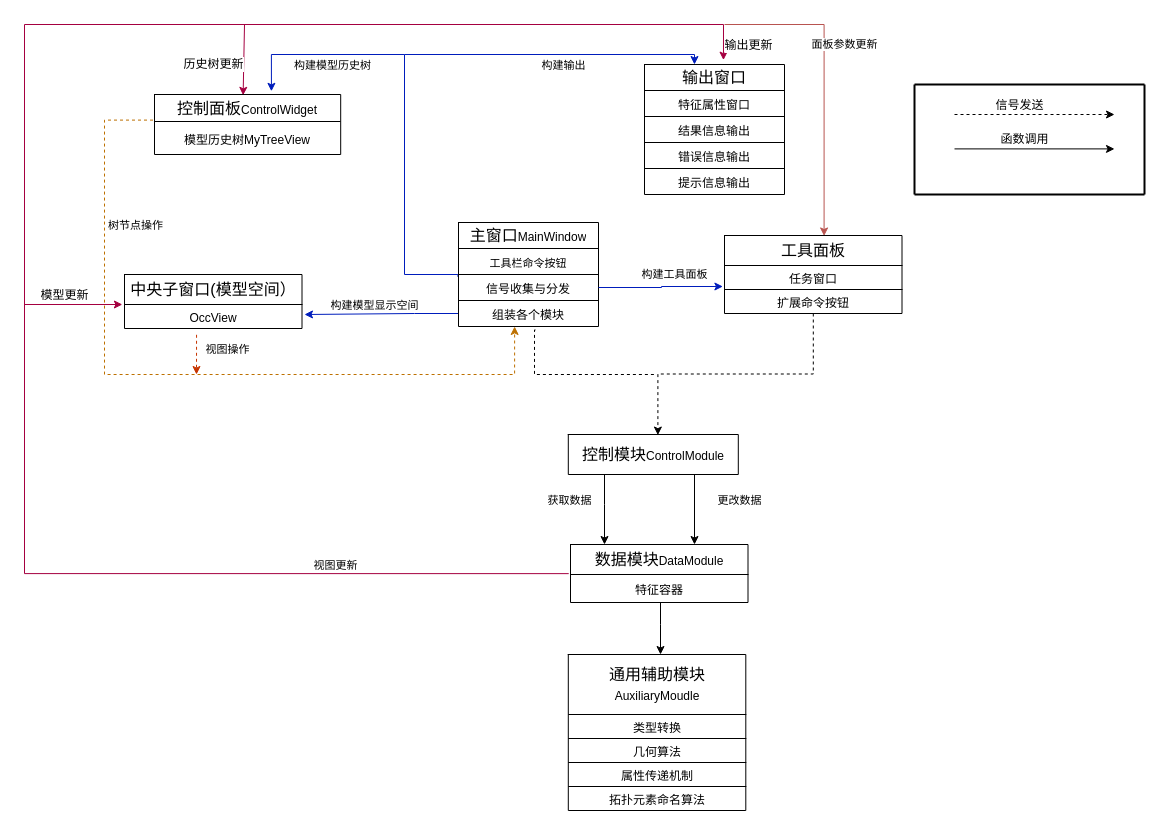
Above: 架构最新.drawio in liuhuliuhu123/First-test (draw.io), before the change. Source tidied: cells renumbered, new cells numbered last; positions are measured from the earlier drawing's top-left corner, leaving out a move shared by most shapes. Both pictures are drawn from the tidied source at 100%, with x=0, y=0 at pixel (24, 24).
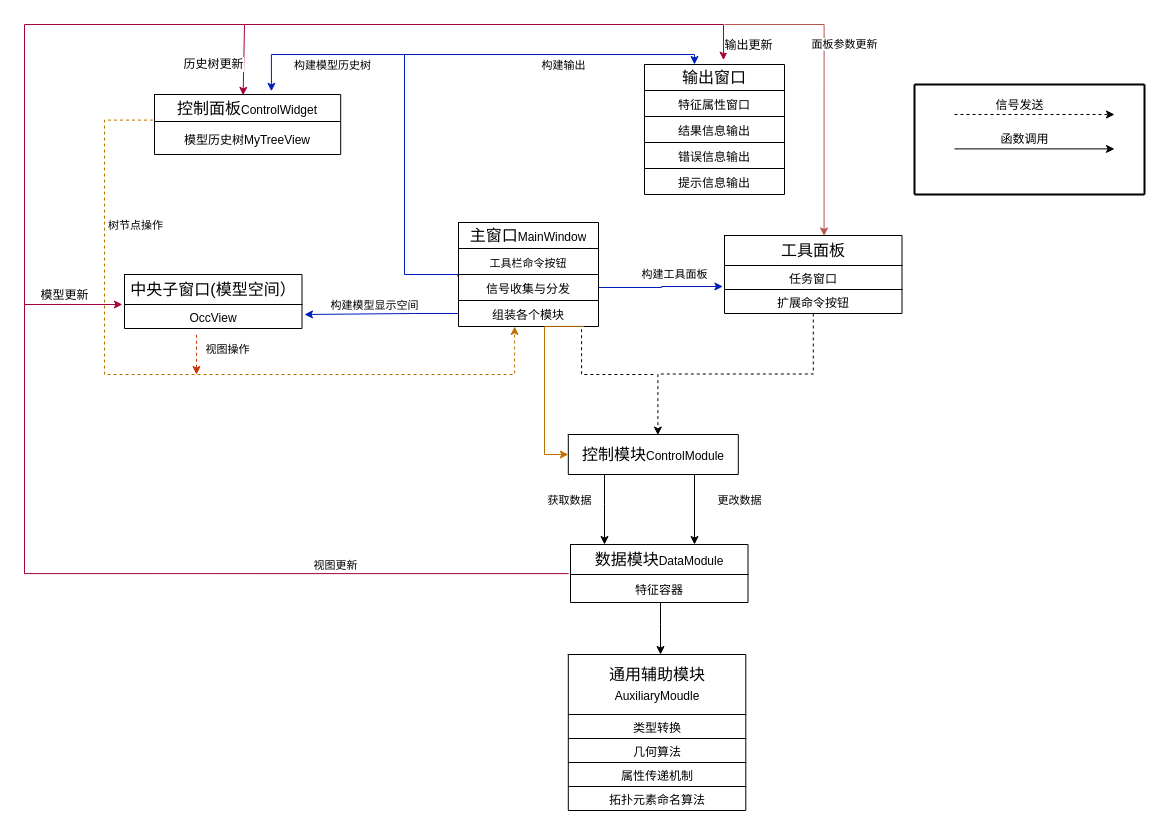
The same page after the edit.

Commit message:
更新架构最新.drawio

The change refers to these unchanged cells:
```xml
<mxCell id="37" style="shape=tableRow;horizontal=0;startSize=0;swimlaneHead=0;swimlaneBody=0;strokeColor=inherit;top=0;left=0;bottom=0;right=0;fillColor=none;points=[[0,0.5],[1,0.5]];portConstraint=eastwest;fontSize=16;" parent="30" vertex="1">
  <mxGeometry y="78" width="140" height="26" as="geometry" />
</mxCell>
<mxCell id="77" style="shape=tableRow;horizontal=0;startSize=0;swimlaneHead=0;swimlaneBody=0;strokeColor=inherit;top=0;left=0;bottom=0;right=0;fillColor=none;points=[[0,0.5],[1,0.5]];portConstraint=eastwest;fontSize=16;" parent="76" vertex="1">
  <mxGeometry width="170" height="40" as="geometry" />
</mxCell>
```

Change to the diagram source:
```diff
@@
-    <mxCell id="80" style="endArrow=none;html=1;rounded=0;edgeStyle=orthogonalEdgeStyle;dashed=1;exitX=0.55;exitY=1.132;exitDx=0;exitDy=0;exitPerimeter=0;" parent="1" edge="1" source="37">
+    <mxCell id="80" style="endArrow=none;html=1;rounded=0;edgeStyle=orthogonalEdgeStyle;dashed=1;exitX=0.879;exitY=1.104;exitDx=0;exitDy=0;exitPerimeter=0;" parent="1" edge="1" source="37">
       <mxGeometry relative="1" as="geometry">
         <mxPoint x="630" y="350" as="targetPoint" />
         <Array as="points">
-          <mxPoint x="510" y="350" />
+          <mxPoint x="557" y="350" />
         </Array>
       </mxGeometry>
     </mxCell>
@@
+    <mxCell id="90" style="edgeStyle=orthogonalEdgeStyle;rounded=0;jettySize=auto;html=1;exitX=0.897;exitY=0.995;exitDx=0;exitDy=0;exitPerimeter=0;strokeColor=#BD7000;" parent="1" edge="1" source="37" target="77">
+      <mxGeometry x="-0.25" y="-35" relative="1" as="geometry">
+        <Array as="points">
+          <mxPoint x="520" y="302" />
+          <mxPoint x="520" y="430" />
+        </Array>
+      </mxGeometry>
+    </mxCell>
```
